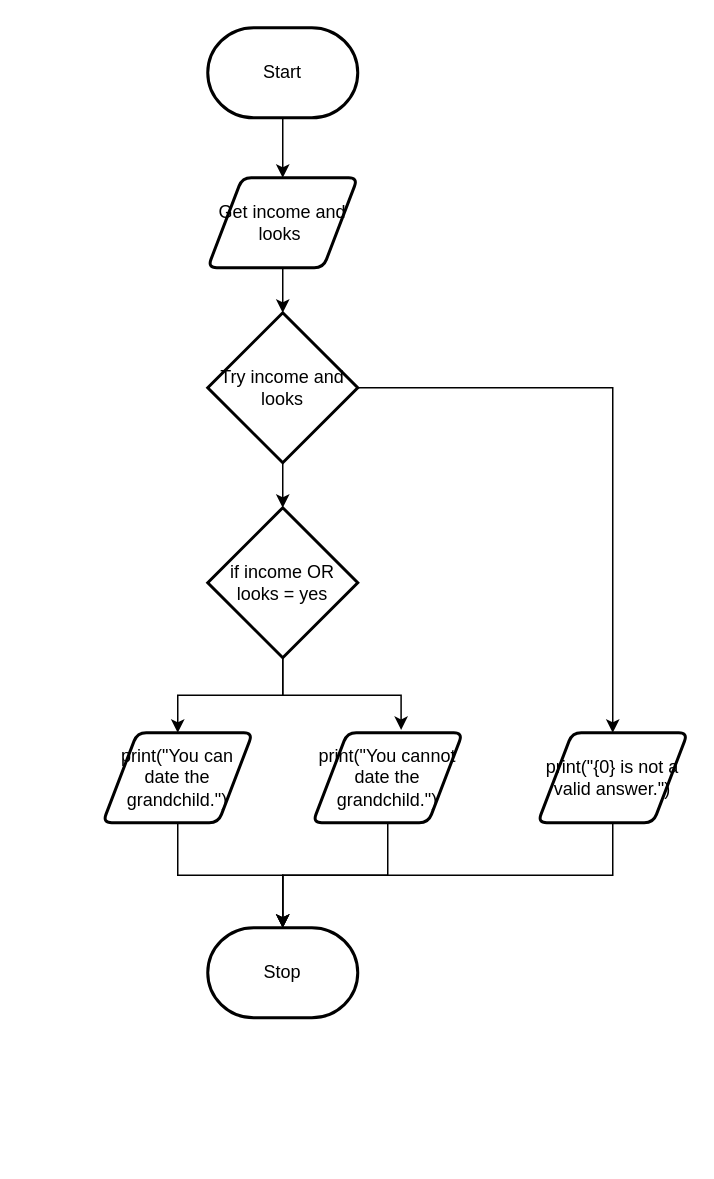
Above: flowchart.drawio in Ethan-Gravelle/ICS3U-Unit3-07-Python-Grandmother (draw.io), before the change. Source tidied: cells renumbered, new cells numbered last; positions are measured from the earlier drawing's top-left corner, leaving out a move shared by most shapes. Both pictures are drawn from the tidied source at 150%, with x=0, y=0 at pixel (102, 27).
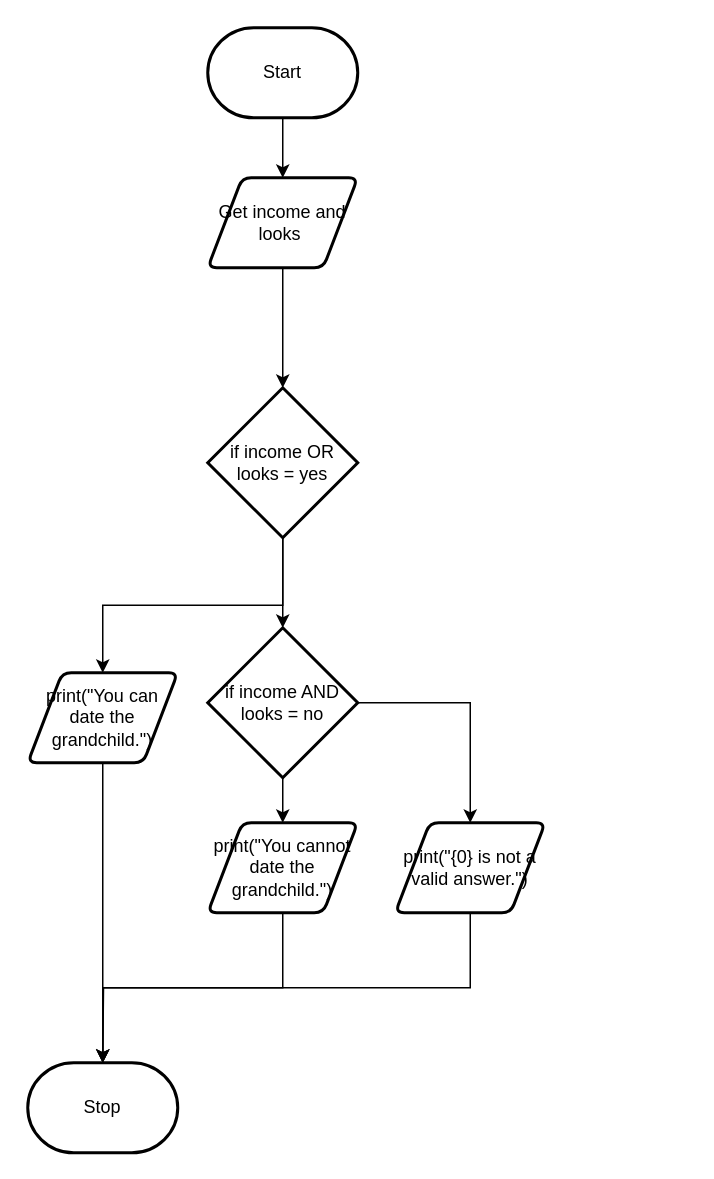
The same page after the edit.

The edit, as a diff of the source:
```diff
@@
 <mxGraphModel>
   <root>
     <mxCell id="0" />
     <mxCell id="1" parent="0" />
     <mxCell id="2" style="edgeStyle=orthogonalEdgeStyle;rounded=0;jettySize=auto;html=1;exitX=0.5;exitY=1;exitDx=0;exitDy=0;exitPerimeter=0;entryX=0.5;entryY=0;entryDx=0;entryDy=0;" parent="1" edge="1" source="3" target="5">
       <mxGeometry relative="1" as="geometry" />
     </mxCell>
     <mxCell id="3" value="Start" style="strokeWidth=2;html=1;shape=mxgraph.flowchart.terminator;whiteSpace=wrap;" parent="1" vertex="1">
       <mxGeometry x="70" width="100" height="60" as="geometry" />
     </mxCell>
-    <mxCell id="4" style="edgeStyle=orthogonalEdgeStyle;rounded=0;jettySize=auto;html=1;exitX=0.5;exitY=1;exitDx=0;exitDy=0;entryX=0.5;entryY=0;entryDx=0;entryDy=0;entryPerimeter=0;" parent="1" edge="1" source="5" target="8">
+    <mxCell id="4" style="edgeStyle=orthogonalEdgeStyle;rounded=0;jettySize=auto;html=1;exitX=0.5;exitY=1;exitDx=0;exitDy=0;entryX=0.5;entryY=0;entryDx=0;entryDy=0;entryPerimeter=0;" parent="1" edge="1" source="5" target="13">
       <mxGeometry relative="1" as="geometry" />
     </mxCell>
     <mxCell id="5" value="Get income and looks&amp;nbsp;" style="shape=parallelogram;html=1;strokeWidth=2;perimeter=parallelogramPerimeter;whiteSpace=wrap;rounded=1;arcSize=12;size=0.23;" parent="1" vertex="1">
       <mxGeometry x="70" y="100" width="100" height="60" as="geometry" />
     </mxCell>
-    <mxCell id="6" style="edgeStyle=orthogonalEdgeStyle;rounded=0;jettySize=auto;html=1;exitX=0.5;exitY=1;exitDx=0;exitDy=0;exitPerimeter=0;entryX=0.5;entryY=0;entryDx=0;entryDy=0;entryPerimeter=0;" parent="1" edge="1" source="8" target="13">
-      <mxGeometry relative="1" as="geometry" />
-    </mxCell>
-    <mxCell id="7" style="edgeStyle=orthogonalEdgeStyle;rounded=0;jettySize=auto;html=1;exitX=1;exitY=0.5;exitDx=0;exitDy=0;exitPerimeter=0;entryX=0.5;entryY=0;entryDx=0;entryDy=0;" parent="1" edge="1" source="8" target="10">
-      <mxGeometry relative="1" as="geometry" />
-    </mxCell>
-    <mxCell id="8" value="Try income and looks" style="strokeWidth=2;html=1;shape=mxgraph.flowchart.decision;whiteSpace=wrap;" parent="1" vertex="1">
-      <mxGeometry x="70" y="190" width="100" height="100" as="geometry" />
-    </mxCell>
-    <mxCell id="9" style="edgeStyle=orthogonalEdgeStyle;rounded=0;jettySize=auto;html=1;exitX=0.5;exitY=1;exitDx=0;exitDy=0;entryX=0.5;entryY=0;entryDx=0;entryDy=0;entryPerimeter=0;" parent="1" edge="1" source="10" target="18">
-      <mxGeometry relative="1" as="geometry" />
-    </mxCell>
+    <mxCell id="19" style="edgeStyle=orthogonalEdgeStyle;rounded=0;jettySize=auto;html=1;exitX=0.5;exitY=1;exitDx=0;exitDy=0;" parent="1" edge="1" source="10">
+      <mxGeometry relative="1" as="geometry">
+        <mxPoint y="690" as="targetPoint" />
+      </mxGeometry>
+    </mxCell>
     <mxCell id="10" value="print(&quot;{0} is not a valid answer.&quot;)" style="shape=parallelogram;html=1;strokeWidth=2;perimeter=parallelogramPerimeter;whiteSpace=wrap;rounded=1;arcSize=12;size=0.23;" parent="1" vertex="1">
-      <mxGeometry x="290" y="470" width="100" height="60" as="geometry" />
+      <mxGeometry x="195" y="530" width="100" height="60" as="geometry" />
     </mxCell>
     <mxCell id="11" style="edgeStyle=orthogonalEdgeStyle;rounded=0;jettySize=auto;html=1;exitX=0.5;exitY=1;exitDx=0;exitDy=0;exitPerimeter=0;entryX=0.5;entryY=0;entryDx=0;entryDy=0;" parent="1" edge="1" source="13" target="15">
       <mxGeometry relative="1" as="geometry" />
     </mxCell>
-    <mxCell id="12" style="edgeStyle=orthogonalEdgeStyle;rounded=0;jettySize=auto;html=1;exitX=0.5;exitY=1;exitDx=0;exitDy=0;exitPerimeter=0;entryX=0.589;entryY=-0.031;entryDx=0;entryDy=0;entryPerimeter=0;" parent="1" edge="1" source="13" target="17">
-      <mxGeometry relative="1" as="geometry" />
-    </mxCell>
+    <mxCell id="20" style="edgeStyle=orthogonalEdgeStyle;rounded=0;jettySize=auto;html=1;exitX=0.5;exitY=1;exitDx=0;exitDy=0;exitPerimeter=0;entryX=0.5;entryY=0;entryDx=0;entryDy=0;entryPerimeter=0;" parent="1" edge="1" source="13" target="23">
+      <mxGeometry relative="1" as="geometry" />
+    </mxCell>
     <mxCell id="13" value="if income OR looks = yes" style="strokeWidth=2;html=1;shape=mxgraph.flowchart.decision;whiteSpace=wrap;" parent="1" vertex="1">
-      <mxGeometry x="70" y="320" width="100" height="100" as="geometry" />
+      <mxGeometry x="70" y="240" width="100" height="100" as="geometry" />
     </mxCell>
     <mxCell id="14" style="edgeStyle=orthogonalEdgeStyle;rounded=0;jettySize=auto;html=1;exitX=0.5;exitY=1;exitDx=0;exitDy=0;entryX=0.5;entryY=0;entryDx=0;entryDy=0;entryPerimeter=0;" parent="1" edge="1" source="15" target="18">
       <mxGeometry relative="1" as="geometry" />
     </mxCell>
     <mxCell id="15" value="print(&quot;You can date the grandchild.&quot;)" style="shape=parallelogram;html=1;strokeWidth=2;perimeter=parallelogramPerimeter;whiteSpace=wrap;rounded=1;arcSize=12;size=0.23;" parent="1" vertex="1">
-      <mxGeometry y="470" width="100" height="60" as="geometry" />
+      <mxGeometry x="-50" y="430" width="100" height="60" as="geometry" />
     </mxCell>
     <mxCell id="16" style="edgeStyle=orthogonalEdgeStyle;rounded=0;jettySize=auto;html=1;exitX=0.5;exitY=1;exitDx=0;exitDy=0;entryX=0.5;entryY=0;entryDx=0;entryDy=0;entryPerimeter=0;" parent="1" edge="1" source="17" target="18">
       <mxGeometry relative="1" as="geometry" />
     </mxCell>
     <mxCell id="17" value="print(&quot;You cannot date the grandchild.&quot;)" style="shape=parallelogram;html=1;strokeWidth=2;perimeter=parallelogramPerimeter;whiteSpace=wrap;rounded=1;arcSize=12;size=0.23;" parent="1" vertex="1">
-      <mxGeometry x="140" y="470" width="100" height="60" as="geometry" />
+      <mxGeometry x="70" y="530" width="100" height="60" as="geometry" />
     </mxCell>
     <mxCell id="18" value="Stop" style="strokeWidth=2;html=1;shape=mxgraph.flowchart.terminator;whiteSpace=wrap;" parent="1" vertex="1">
-      <mxGeometry x="70" y="600" width="100" height="60" as="geometry" />
+      <mxGeometry x="-50" y="690" width="100" height="60" as="geometry" />
     </mxCell>
+    <mxCell id="21" style="edgeStyle=orthogonalEdgeStyle;rounded=0;jettySize=auto;html=1;exitX=0.5;exitY=1;exitDx=0;exitDy=0;exitPerimeter=0;entryX=0.5;entryY=0;entryDx=0;entryDy=0;" parent="1" edge="1" source="23" target="17">
+      <mxGeometry relative="1" as="geometry" />
+    </mxCell>
+    <mxCell id="22" style="edgeStyle=orthogonalEdgeStyle;rounded=0;jettySize=auto;html=1;exitX=1;exitY=0.5;exitDx=0;exitDy=0;exitPerimeter=0;entryX=0.5;entryY=0;entryDx=0;entryDy=0;" parent="1" edge="1" source="23" target="10">
+      <mxGeometry relative="1" as="geometry" />
+    </mxCell>
+    <mxCell id="23" value="if income AND looks = no" style="strokeWidth=2;html=1;shape=mxgraph.flowchart.decision;whiteSpace=wrap;" parent="1" vertex="1">
+      <mxGeometry x="70" y="400" width="100" height="100" as="geometry" />
+    </mxCell>
   </root>
 </mxGraphModel>
```
